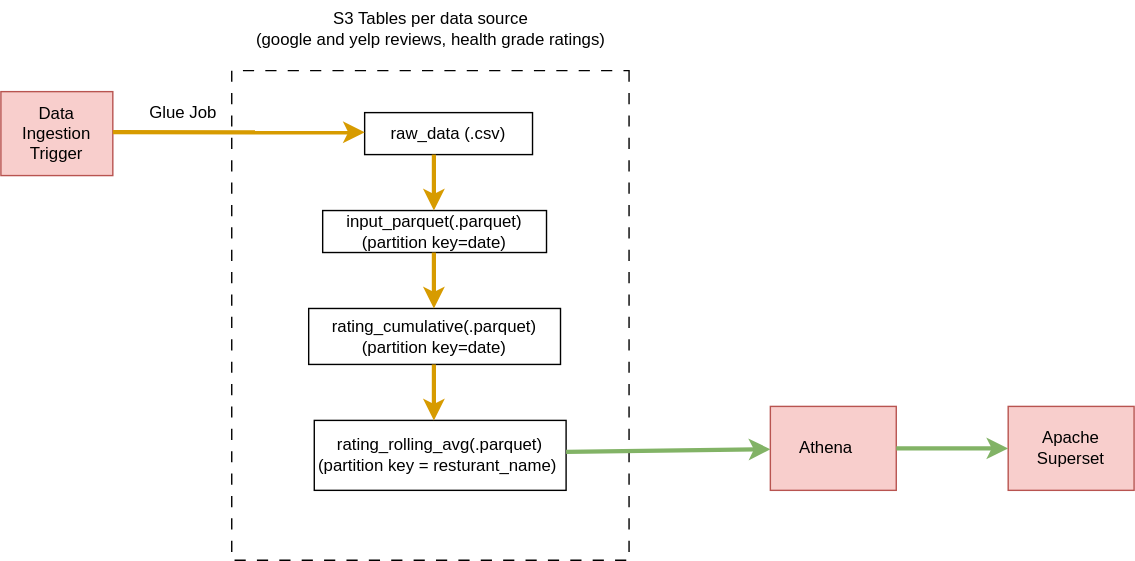
Above: images/Setup.svg in sonajojo7/EatFoodWise (draw.io), before the change. Source tidied: cells renumbered, new cells last; positions are measured from the earlier drawing's top-left corner, leaving out a move shared by most shapes.
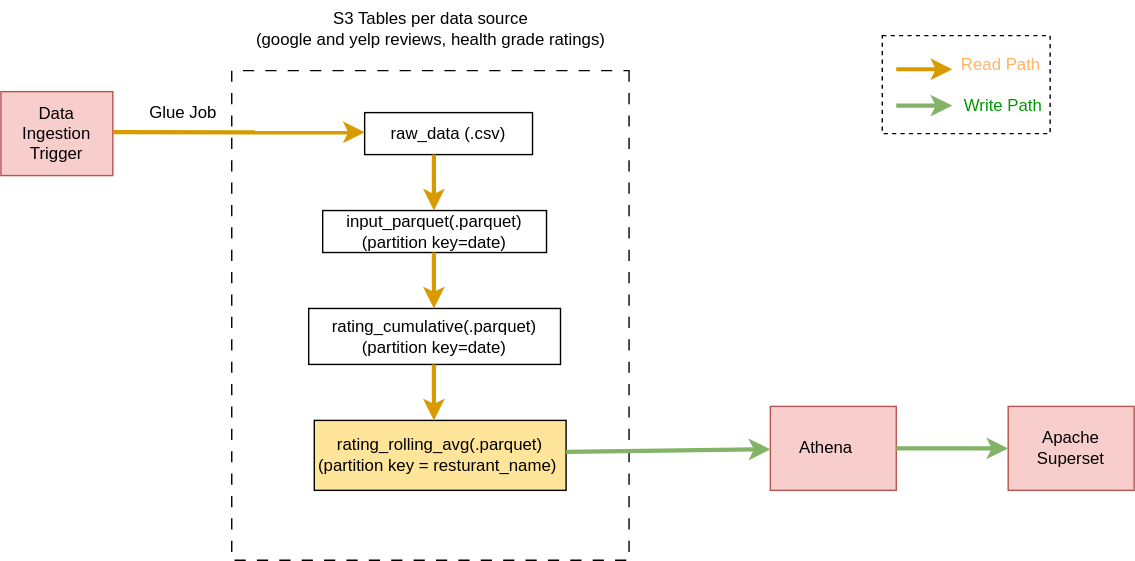
Later version of the same file.

Commit message:
Modifying Setup image and README

The edit, as a diff of the source:
```diff
@@ -2,6 +2,9 @@
   <root>
     <mxCell id="0" />
     <mxCell id="1" parent="0" />
+    <mxCell id="21" value="&lt;font color=&quot;#ffb366&quot;&gt;&amp;nbsp; &amp;nbsp; &amp;nbsp; &amp;nbsp; &amp;nbsp; &amp;nbsp; &amp;nbsp; &amp;nbsp;Read Path&lt;/font&gt;&lt;br&gt;&lt;br&gt;&lt;font color=&quot;#009900&quot;&gt;&amp;nbsp; &amp;nbsp; &amp;nbsp; &amp;nbsp; &amp;nbsp; &amp;nbsp; &amp;nbsp; &amp;nbsp; Write Path&lt;/font&gt;" style="rounded=0;whiteSpace=wrap;html=1;dashed=1;" parent="1" vertex="1">
+      <mxGeometry x="630" y="25" width="120" height="70" as="geometry" />
+    </mxCell>
     <mxCell id="2" style="rounded=0;whiteSpace=wrap;html=1;fillColor=#f8cecc;strokeColor=#b85450;" parent="1" vertex="1">
       <mxGeometry y="65" width="80" height="60" as="geometry" />
     </mxCell>
@@ -29,7 +32,7 @@
     <mxCell id="10" value="input_parquet(.parquet)&lt;br&gt;(partition key=date)" style="rounded=0;whiteSpace=wrap;html=1;" parent="1" vertex="1">
       <mxGeometry x="230" y="150" width="160" height="30" as="geometry" />
     </mxCell>
-    <mxCell id="11" value="rating_rolling_avg(.parquet)&lt;br&gt;(partition key = resturant_name)&amp;nbsp;" style="rounded=0;whiteSpace=wrap;html=1;" parent="1" vertex="1">
+    <mxCell id="11" value="rating_rolling_avg(.parquet)&lt;br&gt;(partition key = resturant_name)&amp;nbsp;" style="rounded=0;whiteSpace=wrap;html=1;fillColor=#FFE599;" parent="1" vertex="1">
       <mxGeometry x="224" y="300" width="180" height="50" as="geometry" />
     </mxCell>
     <mxCell id="12" style="endArrow=classic;html=1;rounded=0;entryX=0.5;entryY=0;entryDx=0;entryDy=0;" parent="1" edge="1" target="13">
@@ -75,5 +78,17 @@
     <mxCell id="20" value="S3 Tables per data source&lt;br&gt;(google and yelp reviews, health grade ratings)" style="text;html=1;align=center;verticalAlign=middle;strokeColor=none;fillColor=none;" parent="1" vertex="1">
       <mxGeometry x="172" width="270" height="40" as="geometry" />
     </mxCell>
+    <mxCell id="22" style="endArrow=classic;html=1;rounded=0;fillColor=#ffe6cc;strokeColor=#d79b00;strokeWidth=3;" parent="1" edge="1">
+      <mxGeometry relative="1" as="geometry">
+        <mxPoint x="640" y="49" as="sourcePoint" />
+        <mxPoint x="680" y="49" as="targetPoint" />
+      </mxGeometry>
+    </mxCell>
+    <mxCell id="23" style="endArrow=classic;html=1;rounded=0;entryX=0;entryY=0.5;entryDx=0;entryDy=0;fillColor=#d5e8d4;strokeColor=#82b366;strokeWidth=3;" parent="1" edge="1">
+      <mxGeometry relative="1" as="geometry">
+        <mxPoint x="640" y="75" as="sourcePoint" />
+        <mxPoint x="680" y="75" as="targetPoint" />
+      </mxGeometry>
+    </mxCell>
   </root>
 </mxGraphModel>
```
